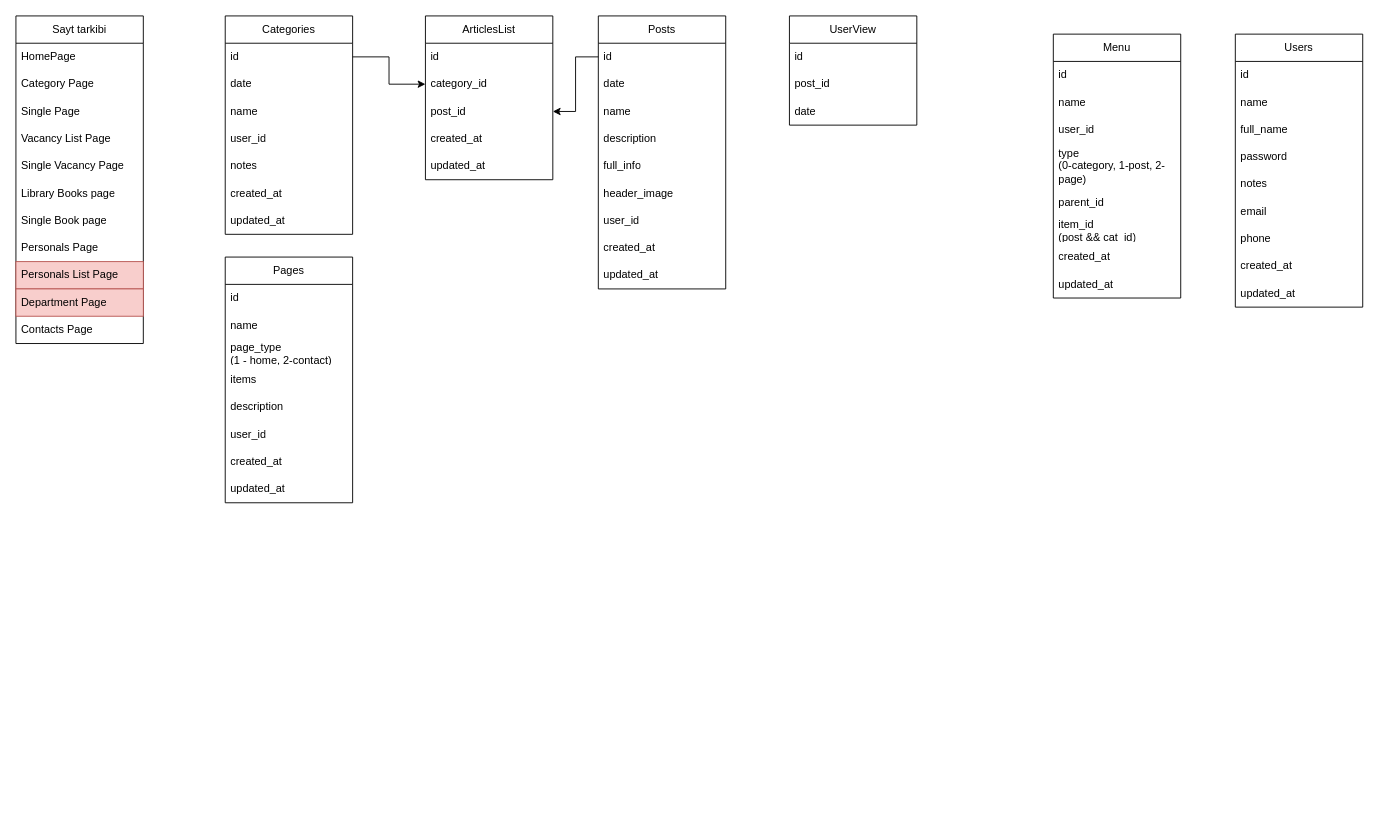
Above: page "UEcosystem" (2 of 2) of WebSiteTemplate.drawio in mrmelhay/Diagrams (draw.io), before the change. Source tidied: cells renumbered, new cells numbered last; positions are measured from the earlier drawing's top-left corner, leaving out a move shared by most shapes. Both pictures are drawn from the tidied source at 91%, with x=0, y=0 at pixel (15, 15).
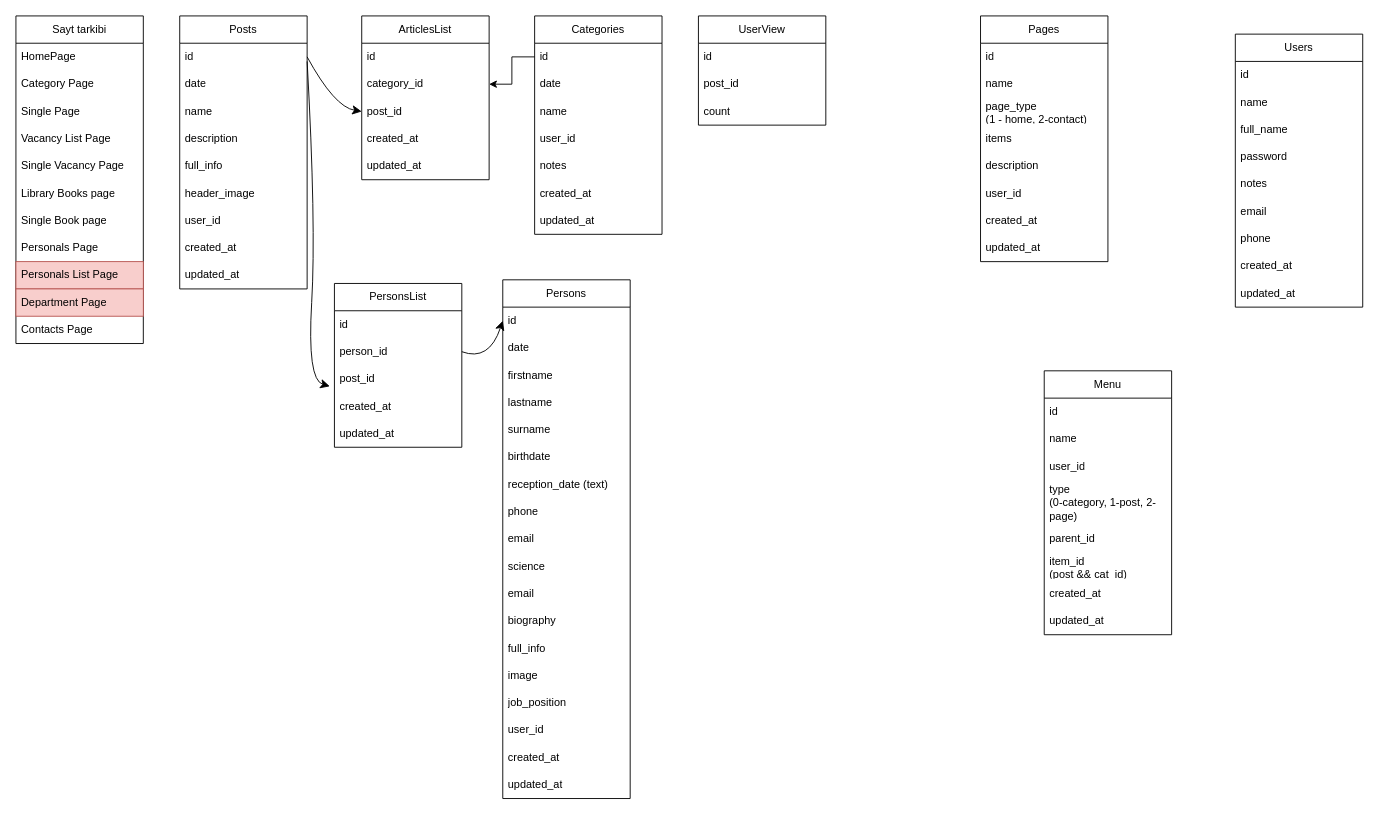
Above is the later version.

The change refers to these unchanged cells:
```xml
<mxCell id="15" value="id" style="text;strokeColor=none;fillColor=none;align=left;verticalAlign=middle;spacingLeft=4;spacingRight=4;overflow=hidden;points=[[0,0.5],[1,0.5]];portConstraint=eastwest;whiteSpace=wrap;html=1;" parent="14" vertex="1">
  <mxGeometry y="30" width="140" height="30" as="geometry" />
</mxCell>
<mxCell id="54" value="post_id" style="text;strokeColor=none;fillColor=none;align=left;verticalAlign=middle;spacingLeft=4;spacingRight=4;overflow=hidden;points=[[0,0.5],[1,0.5]];portConstraint=eastwest;whiteSpace=wrap;html=1;" parent="51" vertex="1">
  <mxGeometry y="90" width="140" height="30" as="geometry" />
</mxCell>
```

The edit, as a diff of the source:
```diff
@@
     <mxCell id="14" value="Posts" style="swimlane;fontStyle=0;horizontal=1;startSize=30;whiteSpace=wrap;html=1;" parent="1" vertex="1">
-      <mxGeometry x="640" width="140" height="300" as="geometry" />
+      <mxGeometry x="180" width="140" height="300" as="geometry" />
     </mxCell>
@@
     <mxCell id="24" value="Categories" style="swimlane;fontStyle=0;horizontal=1;startSize=30;whiteSpace=wrap;html=1;" parent="1" vertex="1">
-      <mxGeometry x="230" width="140" height="240" as="geometry" />
+      <mxGeometry x="570" width="140" height="240" as="geometry" />
     </mxCell>
@@
     <mxCell id="42" value="Pages" style="swimlane;fontStyle=0;horizontal=1;startSize=30;whiteSpace=wrap;html=1;" parent="1" vertex="1">
-      <mxGeometry x="230" y="265" width="140" height="270" as="geometry" />
+      <mxGeometry x="1060" width="140" height="270" as="geometry" />
     </mxCell>
@@
     <mxCell id="51" value="ArticlesList" style="swimlane;fontStyle=0;horizontal=1;startSize=30;whiteSpace=wrap;html=1;" parent="1" vertex="1">
-      <mxGeometry x="450" width="140" height="180" as="geometry" />
+      <mxGeometry x="380" width="140" height="180" as="geometry" />
     </mxCell>
@@
-    <mxCell id="58" style="edgeStyle=orthogonalEdgeStyle;rounded=0;jettySize=auto;html=1;entryX=1;entryY=0.5;entryDx=0;entryDy=0;" parent="1" edge="1" source="15" target="54">
-      <mxGeometry relative="1" as="geometry" />
-    </mxCell>
     <mxCell id="59" value="Menu" style="swimlane;fontStyle=0;horizontal=1;startSize=30;whiteSpace=wrap;html=1;" parent="1" vertex="1">
-      <mxGeometry x="1140" y="20" width="140" height="290" as="geometry" />
+      <mxGeometry x="1130" y="390" width="140" height="290" as="geometry" />
     </mxCell>
@@
     <mxCell id="68" value="UserView" style="swimlane;fontStyle=0;horizontal=1;startSize=30;whiteSpace=wrap;html=1;" parent="1" vertex="1">
-      <mxGeometry x="850" width="140" height="120" as="geometry" />
+      <mxGeometry x="750" width="140" height="120" as="geometry" />
     </mxCell>
@@
-    <mxCell id="71" value="date" style="text;strokeColor=none;fillColor=none;align=left;verticalAlign=middle;spacingLeft=4;spacingRight=4;overflow=hidden;whiteSpace=wrap;html=1;" parent="68" vertex="1">
+    <mxCell id="71" value="count" style="text;strokeColor=none;fillColor=none;align=left;verticalAlign=middle;spacingLeft=4;spacingRight=4;overflow=hidden;whiteSpace=wrap;html=1;" parent="68" vertex="1">
       <mxGeometry y="90" width="140" height="30" as="geometry" />
     </mxCell>
+    <mxCell id="72" value="Persons" style="swimlane;fontStyle=0;horizontal=1;startSize=30;whiteSpace=wrap;html=1;" parent="1" vertex="1">
+      <mxGeometry x="535" y="290" width="140" height="570" as="geometry" />
+    </mxCell>
+    <mxCell id="73" value="id" style="text;strokeColor=none;fillColor=none;align=left;verticalAlign=middle;spacingLeft=4;spacingRight=4;overflow=hidden;points=[[0,0.5],[1,0.5]];portConstraint=eastwest;whiteSpace=wrap;html=1;" parent="72" vertex="1">
+      <mxGeometry y="30" width="140" height="30" as="geometry" />
+    </mxCell>
+    <mxCell id="74" value="date" style="text;strokeColor=none;fillColor=none;align=left;verticalAlign=middle;spacingLeft=4;spacingRight=4;overflow=hidden;whiteSpace=wrap;html=1;" parent="72" vertex="1">
+      <mxGeometry y="60" width="140" height="30" as="geometry" />
+    </mxCell>
+    <mxCell id="75" value="firstname" style="text;strokeColor=none;fillColor=none;align=left;verticalAlign=middle;spacingLeft=4;spacingRight=4;overflow=hidden;whiteSpace=wrap;html=1;" parent="72" vertex="1">
+      <mxGeometry y="90" width="140" height="30" as="geometry" />
+    </mxCell>
+    <mxCell id="76" value="lastname" style="text;strokeColor=none;fillColor=none;align=left;verticalAlign=middle;spacingLeft=4;spacingRight=4;overflow=hidden;whiteSpace=wrap;html=1;" parent="72" vertex="1">
+      <mxGeometry y="120" width="140" height="30" as="geometry" />
+    </mxCell>
+    <mxCell id="77" value="surname" style="text;strokeColor=none;fillColor=none;align=left;verticalAlign=middle;spacingLeft=4;spacingRight=4;overflow=hidden;whiteSpace=wrap;html=1;" parent="72" vertex="1">
+      <mxGeometry y="150" width="140" height="30" as="geometry" />
+    </mxCell>
+    <mxCell id="78" value="birthdate" style="text;strokeColor=none;fillColor=none;align=left;verticalAlign=middle;spacingLeft=4;spacingRight=4;overflow=hidden;whiteSpace=wrap;html=1;" parent="72" vertex="1">
+      <mxGeometry y="180" width="140" height="30" as="geometry" />
+    </mxCell>
+    <mxCell id="79" value="reception_date (text)" style="text;strokeColor=none;fillColor=none;align=left;verticalAlign=middle;spacingLeft=4;spacingRight=4;overflow=hidden;whiteSpace=wrap;html=1;" parent="72" vertex="1">
+      <mxGeometry y="210" width="140" height="30" as="geometry" />
+    </mxCell>
+    <mxCell id="80" value="phone" style="text;strokeColor=none;fillColor=none;align=left;verticalAlign=middle;spacingLeft=4;spacingRight=4;overflow=hidden;whiteSpace=wrap;html=1;" parent="72" vertex="1">
+      <mxGeometry y="240" width="140" height="30" as="geometry" />
+    </mxCell>
+    <mxCell id="81" value="email" style="text;strokeColor=none;fillColor=none;align=left;verticalAlign=middle;spacingLeft=4;spacingRight=4;overflow=hidden;whiteSpace=wrap;html=1;" parent="72" vertex="1">
+      <mxGeometry y="270" width="140" height="30" as="geometry" />
+    </mxCell>
+    <mxCell id="82" value="science" style="text;strokeColor=none;fillColor=none;align=left;verticalAlign=middle;spacingLeft=4;spacingRight=4;overflow=hidden;whiteSpace=wrap;html=1;" parent="72" vertex="1">
+      <mxGeometry y="300" width="140" height="30" as="geometry" />
+    </mxCell>
+    <mxCell id="83" value="email" style="text;strokeColor=none;fillColor=none;align=left;verticalAlign=middle;spacingLeft=4;spacingRight=4;overflow=hidden;whiteSpace=wrap;html=1;" parent="72" vertex="1">
+      <mxGeometry y="330" width="140" height="30" as="geometry" />
+    </mxCell>
+    <mxCell id="84" value="biography" style="text;strokeColor=none;fillColor=none;align=left;verticalAlign=middle;spacingLeft=4;spacingRight=4;overflow=hidden;whiteSpace=wrap;html=1;" parent="72" vertex="1">
+      <mxGeometry y="360" width="140" height="30" as="geometry" />
+    </mxCell>
+    <mxCell id="85" value="full_info" style="text;strokeColor=none;fillColor=none;align=left;verticalAlign=middle;spacingLeft=4;spacingRight=4;overflow=hidden;whiteSpace=wrap;html=1;" parent="72" vertex="1">
+      <mxGeometry y="390" width="140" height="30" as="geometry" />
+    </mxCell>
+    <mxCell id="86" value="image" style="text;strokeColor=none;fillColor=none;align=left;verticalAlign=middle;spacingLeft=4;spacingRight=4;overflow=hidden;whiteSpace=wrap;html=1;" parent="72" vertex="1">
+      <mxGeometry y="420" width="140" height="30" as="geometry" />
+    </mxCell>
+    <mxCell id="87" value="job_position" style="text;strokeColor=none;fillColor=none;align=left;verticalAlign=middle;spacingLeft=4;spacingRight=4;overflow=hidden;whiteSpace=wrap;html=1;" parent="72" vertex="1">
+      <mxGeometry y="450" width="140" height="30" as="geometry" />
+    </mxCell>
+    <mxCell id="88" value="user_id" style="text;strokeColor=none;fillColor=none;align=left;verticalAlign=middle;spacingLeft=4;spacingRight=4;overflow=hidden;whiteSpace=wrap;html=1;" parent="72" vertex="1">
+      <mxGeometry y="480" width="140" height="30" as="geometry" />
+    </mxCell>
+    <mxCell id="89" value="created_at" style="text;strokeColor=none;fillColor=none;align=left;verticalAlign=middle;spacingLeft=4;spacingRight=4;overflow=hidden;whiteSpace=wrap;html=1;" parent="72" vertex="1">
+      <mxGeometry y="510" width="140" height="30" as="geometry" />
+    </mxCell>
+    <mxCell id="90" value="updated_at" style="text;strokeColor=none;fillColor=none;align=left;verticalAlign=middle;spacingLeft=4;spacingRight=4;overflow=hidden;whiteSpace=wrap;html=1;" parent="72" vertex="1">
+      <mxGeometry y="540" width="140" height="30" as="geometry" />
+    </mxCell>
+    <mxCell id="91" value="PersonsList" style="swimlane;fontStyle=0;horizontal=1;startSize=30;whiteSpace=wrap;html=1;" parent="1" vertex="1">
+      <mxGeometry x="350" y="294" width="140" height="180" as="geometry" />
+    </mxCell>
+    <mxCell id="92" value="id" style="text;strokeColor=none;fillColor=none;align=left;verticalAlign=middle;spacingLeft=4;spacingRight=4;overflow=hidden;whiteSpace=wrap;html=1;" parent="91" vertex="1">
+      <mxGeometry y="30" width="140" height="30" as="geometry" />
+    </mxCell>
+    <mxCell id="93" value="person_id" style="text;strokeColor=none;fillColor=none;align=left;verticalAlign=middle;spacingLeft=4;spacingRight=4;overflow=hidden;points=[[0,0.5],[1,0.5]];portConstraint=eastwest;whiteSpace=wrap;html=1;" parent="91" vertex="1">
+      <mxGeometry y="60" width="140" height="30" as="geometry" />
+    </mxCell>
+    <mxCell id="94" value="post_id" style="text;strokeColor=none;fillColor=none;align=left;verticalAlign=middle;spacingLeft=4;spacingRight=4;overflow=hidden;points=[[0,0.5],[1,0.5]];portConstraint=eastwest;whiteSpace=wrap;html=1;" parent="91" vertex="1">
+      <mxGeometry y="90" width="140" height="30" as="geometry" />
+    </mxCell>
+    <mxCell id="95" value="created_at" style="text;strokeColor=none;fillColor=none;align=left;verticalAlign=middle;spacingLeft=4;spacingRight=4;overflow=hidden;whiteSpace=wrap;html=1;" parent="91" vertex="1">
+      <mxGeometry y="120" width="140" height="30" as="geometry" />
+    </mxCell>
+    <mxCell id="96" value="updated_at" style="text;strokeColor=none;fillColor=none;align=left;verticalAlign=middle;spacingLeft=4;spacingRight=4;overflow=hidden;whiteSpace=wrap;html=1;" parent="91" vertex="1">
+      <mxGeometry y="150" width="140" height="30" as="geometry" />
+    </mxCell>
+    <mxCell id="58" style="edgeStyle=none;curved=1;rounded=0;jettySize=auto;html=1;fontSize=12;startSize=8;endSize=8;entryX=0;entryY=0.5;entryDx=0;entryDy=0;exitX=1;exitY=0.5;exitDx=0;exitDy=0;" parent="1" edge="1" source="15" target="54">
+      <mxGeometry relative="1" as="geometry">
+        <Array as="points">
+          <mxPoint x="350" y="100" />
+        </Array>
+      </mxGeometry>
+    </mxCell>
+    <mxCell id="97" style="edgeStyle=none;curved=1;rounded=0;jettySize=auto;html=1;fontSize=12;startSize=8;endSize=8;entryX=0;entryY=0.5;entryDx=0;entryDy=0;exitX=1;exitY=0.5;exitDx=0;exitDy=0;" parent="1" edge="1" source="93" target="73">
+      <mxGeometry relative="1" as="geometry">
+        <Array as="points">
+          <mxPoint x="520" y="380" />
+        </Array>
+      </mxGeometry>
+    </mxCell>
+    <mxCell id="98" style="edgeStyle=none;curved=1;rounded=0;jettySize=auto;html=1;fontSize=12;startSize=8;endSize=8;entryX=-0.036;entryY=0.767;entryDx=0;entryDy=0;entryPerimeter=0;" parent="1" edge="1" target="94">
+      <mxGeometry relative="1" as="geometry">
+        <mxPoint x="320" y="50" as="sourcePoint" />
+        <Array as="points">
+          <mxPoint x="330" y="230" />
+          <mxPoint x="320" y="400" />
+        </Array>
+      </mxGeometry>
+    </mxCell>
```
